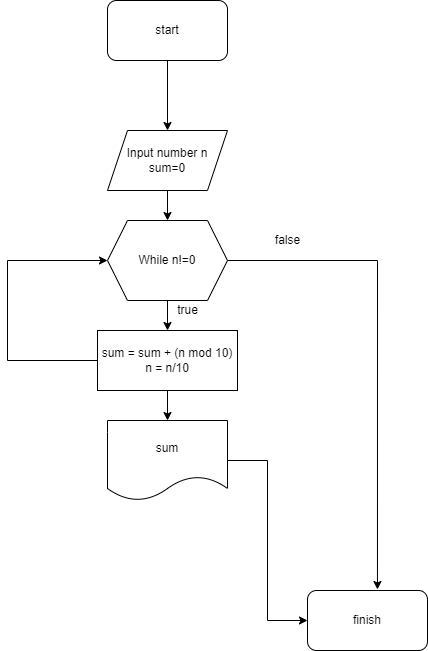
ibrahimaliyevv2/HometasksLoops keeps this draw.io diagram as task3/task3.png. Above is the earlier version. Source tidied: cells renumbered, new cells last; positions are measured from the earlier drawing's top-left corner, leaving out a move shared by most shapes.
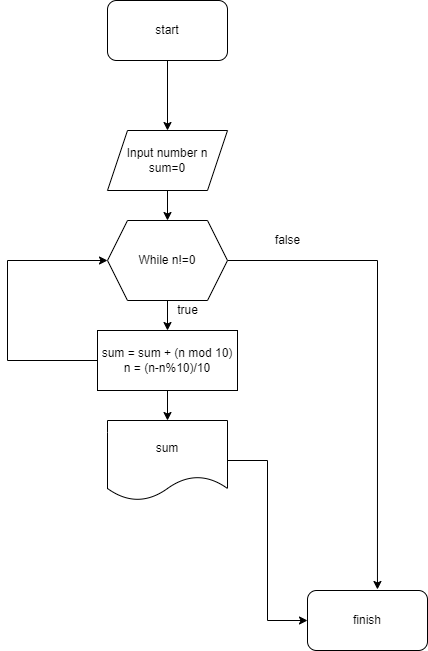
The same file after the commit.

Change to the diagram source:
```diff
@@ -37,7 +37,7 @@
         </Array>
       </mxGeometry>
     </mxCell>
-    <mxCell id="12" value="sum = sum + (n mod 10)&lt;br&gt;n = n/10" style="rounded=0;whiteSpace=wrap;html=1;" parent="1" vertex="1">
+    <mxCell id="12" value="sum = sum + (n mod 10)&lt;br&gt;n = (n-n%10)/10" style="rounded=0;whiteSpace=wrap;html=1;" parent="1" vertex="1">
       <mxGeometry x="90" y="330" width="140" height="60" as="geometry" />
     </mxCell>
     <mxCell id="13" style="edgeStyle=orthogonalEdgeStyle;rounded=0;jettySize=auto;html=1;entryX=0;entryY=0.5;entryDx=0;entryDy=0;" parent="1" edge="1" source="14" target="4">
```
